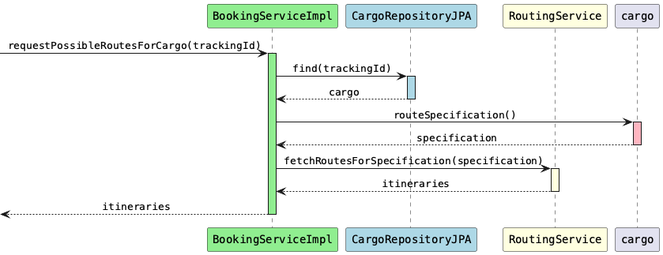
Above: src/site/resources/diagrams/BookingServiceImpl_requestPossibleRoutesForCargo.png in aowss/dddsample-core (PlantUML), before the change. Its diagram source:
```plantuml
@startuml
skinparam monochrome false
skinparam defaultFontName Courier
skinparam sequenceMessageAlign center

participant "BookingServiceImpl" as bs #lightgreen
participant "CargoRepositoryJPA" as cr #lightblue
participant "RoutingService" as rs #lightyellow

[-> bs: requestPossibleRoutesForCargo(trackingId)
activate bs #lightgreen

bs -> cr: find(trackingId)
activate cr #lightblue
cr --> bs: cargo
deactivate cr

bs -> cargo: routeSpecification()
activate cargo #lightpink
cargo --> bs: specification
deactivate cargo

bs -> rs: fetchRoutesForSpecification(specification)
activate rs #lightyellow
rs --> bs: itineraries
deactivate rs

[<-- bs: itineraries
deactivate bs

@enduml
```
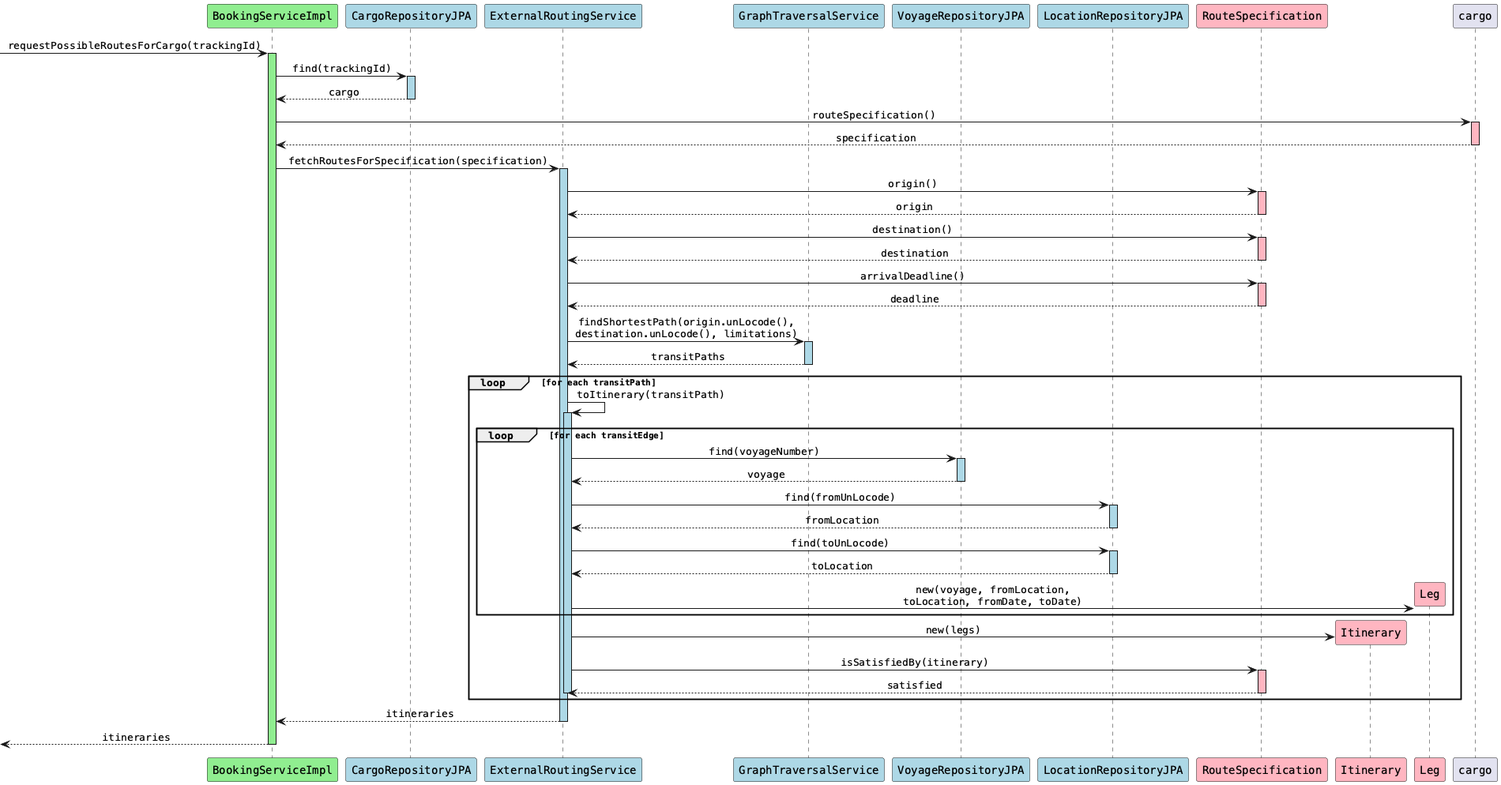
Above is the later version.

Commit message:
Cursor: use external routing service implementation instead of interface

Change to the diagram source:
```diff
@@ -5,7 +5,13 @@
 
 participant "BookingServiceImpl" as bs #lightgreen
 participant "CargoRepositoryJPA" as cr #lightblue
-participant "RoutingService" as rs #lightyellow
+participant "ExternalRoutingService" as rs #lightblue
+participant "GraphTraversalService" as gts #lightblue
+participant "VoyageRepositoryJPA" as vr #lightblue
+participant "LocationRepositoryJPA" as lr #lightblue
+participant "RouteSpecification" as rspec #lightpink
+participant "Itinerary" as itin #lightpink
+participant "Leg" as leg #lightpink
 
 [-> bs: requestPossibleRoutesForCargo(trackingId)
 activate bs #lightgreen
@@ -21,7 +27,62 @@
 deactivate cargo
 
 bs -> rs: fetchRoutesForSpecification(specification)
-activate rs #lightyellow
+activate rs #lightblue
+
+rs -> rspec: origin()
+activate rspec #lightpink
+rspec --> rs: origin
+deactivate rspec
+
+rs -> rspec: destination()
+activate rspec #lightpink
+rspec --> rs: destination
+deactivate rspec
+
+rs -> rspec: arrivalDeadline()
+activate rspec #lightpink
+rspec --> rs: deadline
+deactivate rspec
+
+rs -> gts: findShortestPath(origin.unLocode(),\ndestination.unLocode(), limitations)
+activate gts #lightblue
+gts --> rs: transitPaths
+deactivate gts
+
+loop for each transitPath
+    rs -> rs: toItinerary(transitPath)
+    activate rs #lightblue
+
+    loop for each transitEdge
+        rs -> vr: find(voyageNumber)
+        activate vr #lightblue
+        vr --> rs: voyage
+        deactivate vr
+
+        rs -> lr: find(fromUnLocode)
+        activate lr #lightblue
+        lr --> rs: fromLocation
+        deactivate lr
+
+        rs -> lr: find(toUnLocode)
+        activate lr #lightblue
+        lr --> rs: toLocation
+        deactivate lr
+
+        create leg
+        rs -> leg: new(voyage, fromLocation,\ntoLocation, fromDate, toDate)
+    end
+
+    create itin
+    rs -> itin: new(legs)
+
+    rs -> rspec: isSatisfiedBy(itinerary)
+    activate rspec #lightpink
+    rspec --> rs: satisfied
+    deactivate rspec
+    deactivate rs
+end
+
 rs --> bs: itineraries
 deactivate rs
 
```
